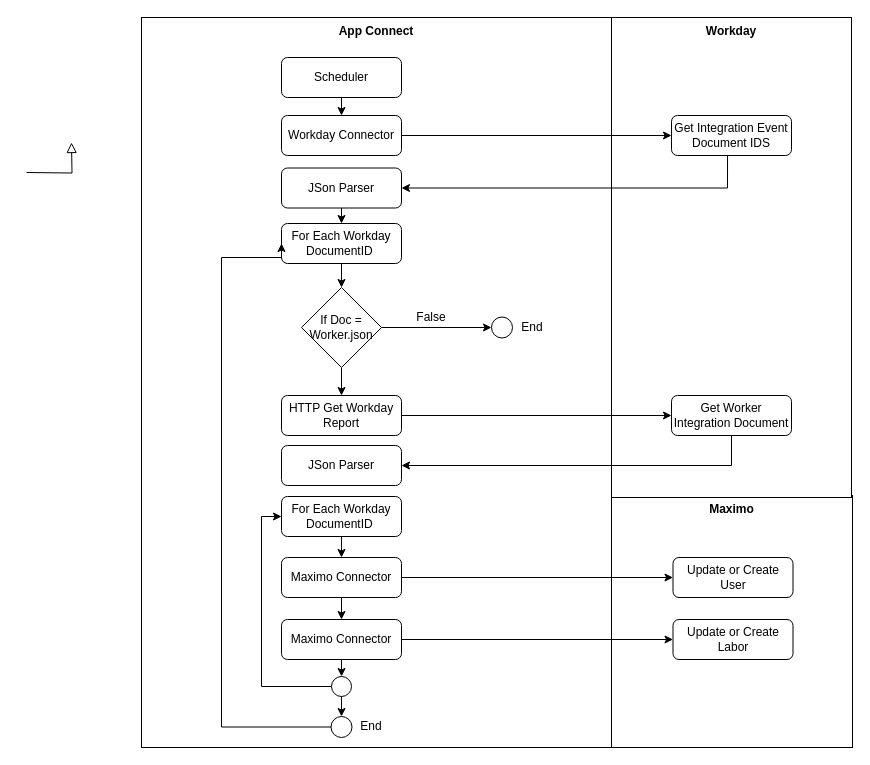
Earlier version of the draw.io diagram LaborFlowLogicalDiagram.drawio (IBM/maximo-workday). Source tidied: cells renumbered, new cells numbered last; positions are measured from the earlier drawing's top-left corner, leaving out a move shared by most shapes. Both pictures are drawn from the tidied source at 100%, with x=0, y=0 at pixel (26, 17).
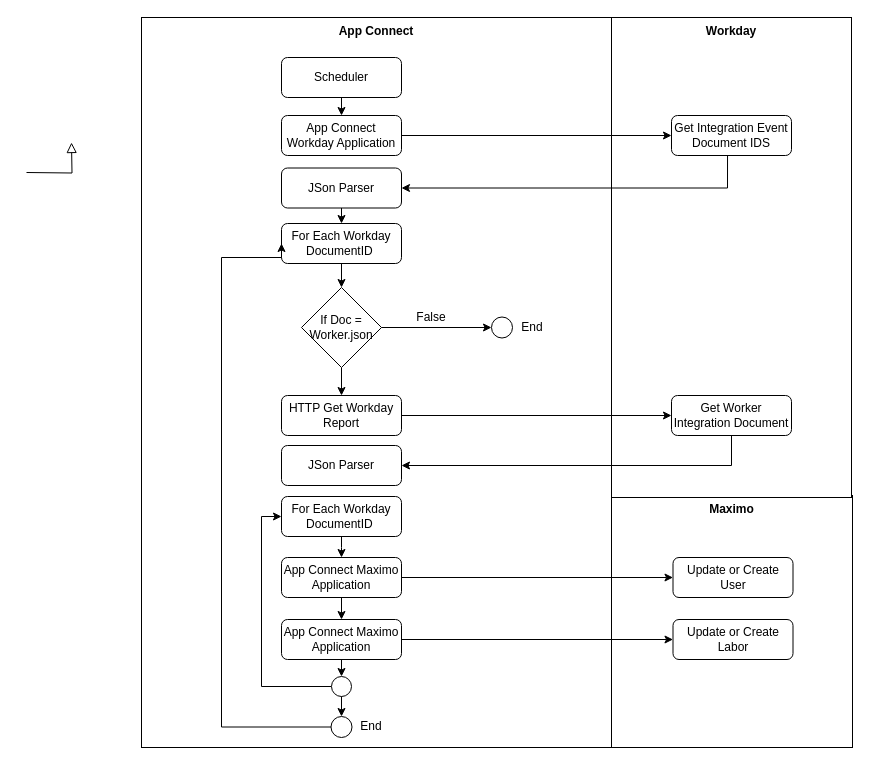
The same page after the edit.

Change to the diagram source:
```diff
@@
-    <mxCell id="13" value="Workday Connector" style="rounded=1;whiteSpace=wrap;html=1;fontSize=12;glass=0;strokeWidth=1;shadow=0;" parent="1" vertex="1">
+    <mxCell id="13" value="App Connect Workday Application" style="rounded=1;whiteSpace=wrap;html=1;fontSize=12;glass=0;strokeWidth=1;shadow=0;" parent="1" vertex="1">
       <mxGeometry x="255" y="98" width="120" height="40" as="geometry" />
     </mxCell>
@@
-    <mxCell id="19" value="Maximo Connector" style="rounded=1;whiteSpace=wrap;html=1;fontSize=12;glass=0;strokeWidth=1;shadow=0;" parent="1" vertex="1">
+    <mxCell id="19" value="App Connect Maximo Application" style="rounded=1;whiteSpace=wrap;html=1;fontSize=12;glass=0;strokeWidth=1;shadow=0;" parent="1" vertex="1">
       <mxGeometry x="255" y="540" width="120" height="40" as="geometry" />
     </mxCell>
@@
-    <mxCell id="29" value="Maximo Connector" style="rounded=1;whiteSpace=wrap;html=1;fontSize=12;glass=0;strokeWidth=1;shadow=0;" parent="1" vertex="1">
+    <mxCell id="29" value="App Connect Maximo Application" style="rounded=1;whiteSpace=wrap;html=1;fontSize=12;glass=0;strokeWidth=1;shadow=0;" parent="1" vertex="1">
       <mxGeometry x="255" y="602" width="120" height="40" as="geometry" />
     </mxCell>
```
